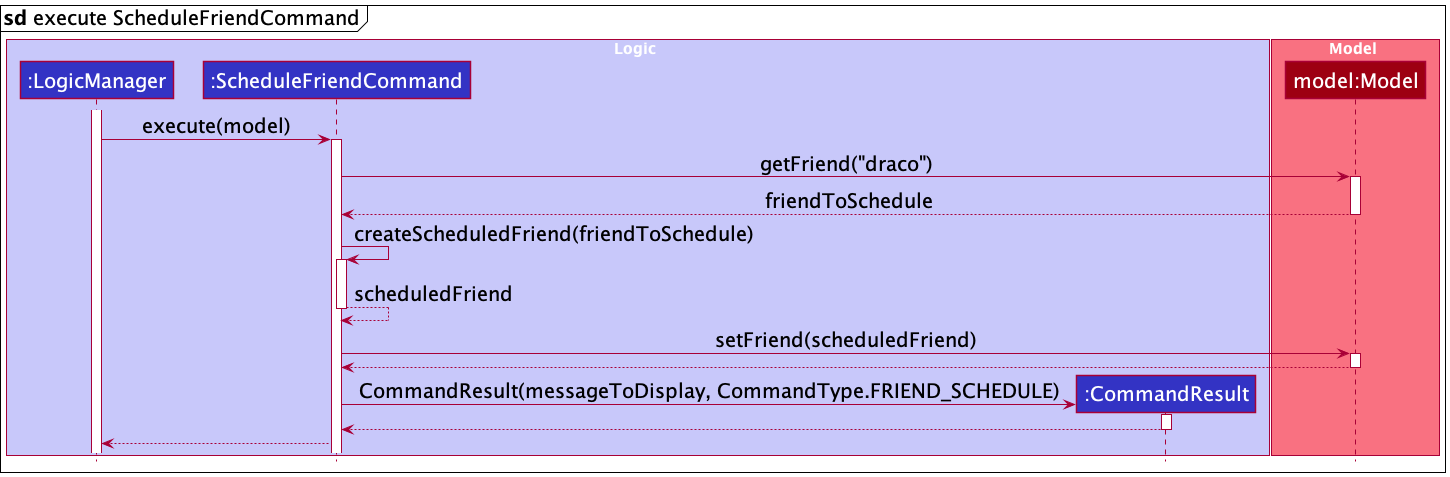
nus-cs2103-AY2122S1/tp keeps this PlantUML diagram as docs/images/ScheduleSequenceDiagram2.png. Above is the earlier version.
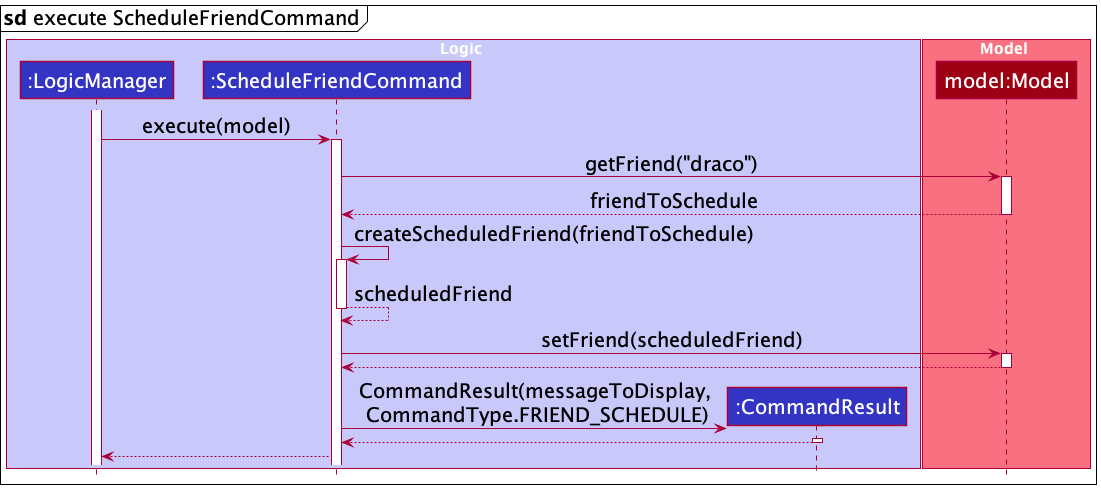
Above is the later version.

The edit, as a diff of the source:
```diff
@@ -40,7 +40,7 @@
 deactivate Model
 
 create CommandResult
-ScheduleFriendCommand -> CommandResult : CommandResult(messageToDisplay, CommandType.FRIEND_SCHEDULE)
+ScheduleFriendCommand -> CommandResult : CommandResult(messageToDisplay,\n CommandType.FRIEND_SCHEDULE)
 activate CommandResult
 
 CommandResult --> ScheduleFriendCommand
```
